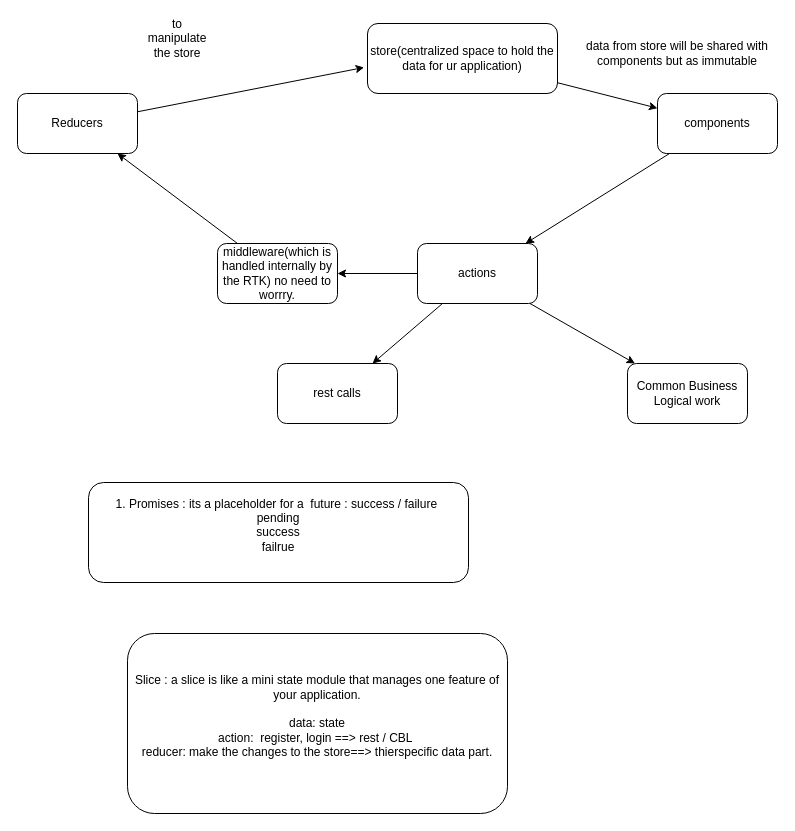
Earlier version of the draw.io diagram page "Page-15" (15 of 15) of finalibm react.drawio (abhinandanchivate/react-oct). Source tidied: cells renumbered, new cells numbered last; positions are measured from the earlier drawing's top-left corner, leaving out a move shared by most shapes. Both pictures are drawn from the tidied source at 100%, with x=0, y=0 at pixel (17, 23).
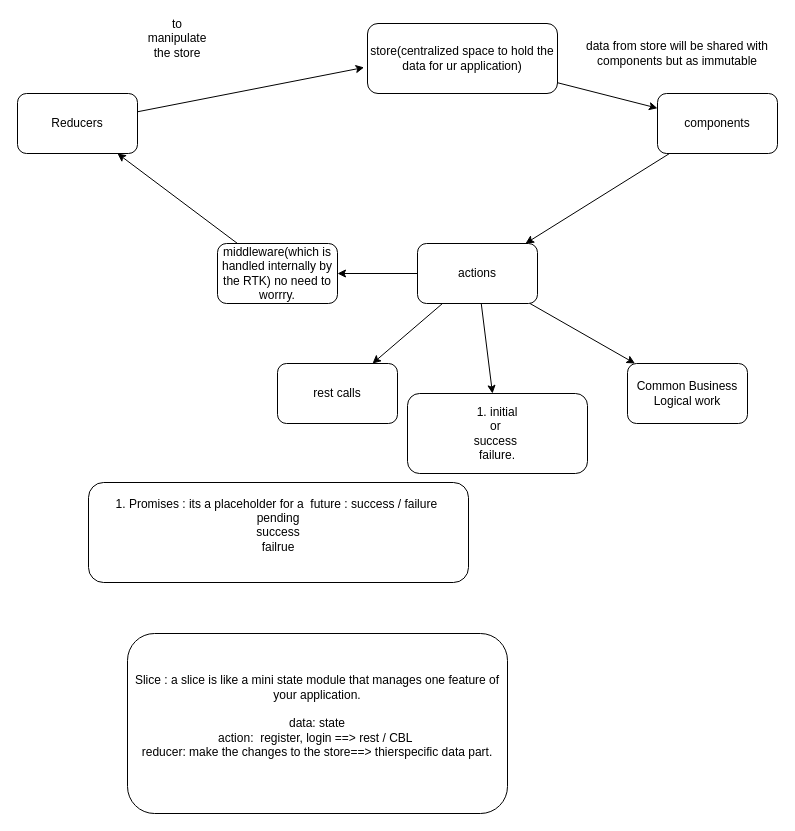
The same diagram, later.

Unchanged cells that the change refers to:
```xml
<mxCell id="9" value="actions" style="whiteSpace=wrap;html=1;rounded=1;" parent="1" vertex="1">
  <mxGeometry x="400" y="220" width="120" height="60" as="geometry" />
</mxCell>
```

Diff of the diagram source:
```diff
@@
+    <mxCell id="20" style="edgeStyle=none;html=1;" parent="1" edge="1" source="9" target="21">
+      <mxGeometry relative="1" as="geometry" />
+    </mxCell>
@@
+    <mxCell id="21" value="1. initial&lt;div&gt;or&amp;nbsp;&lt;/div&gt;&lt;div&gt;success&amp;nbsp;&lt;/div&gt;&lt;div&gt;failure.&lt;/div&gt;" style="whiteSpace=wrap;html=1;rounded=1;" parent="1" vertex="1">
+      <mxGeometry x="390" y="370" width="180" height="80" as="geometry" />
+    </mxCell>
```
